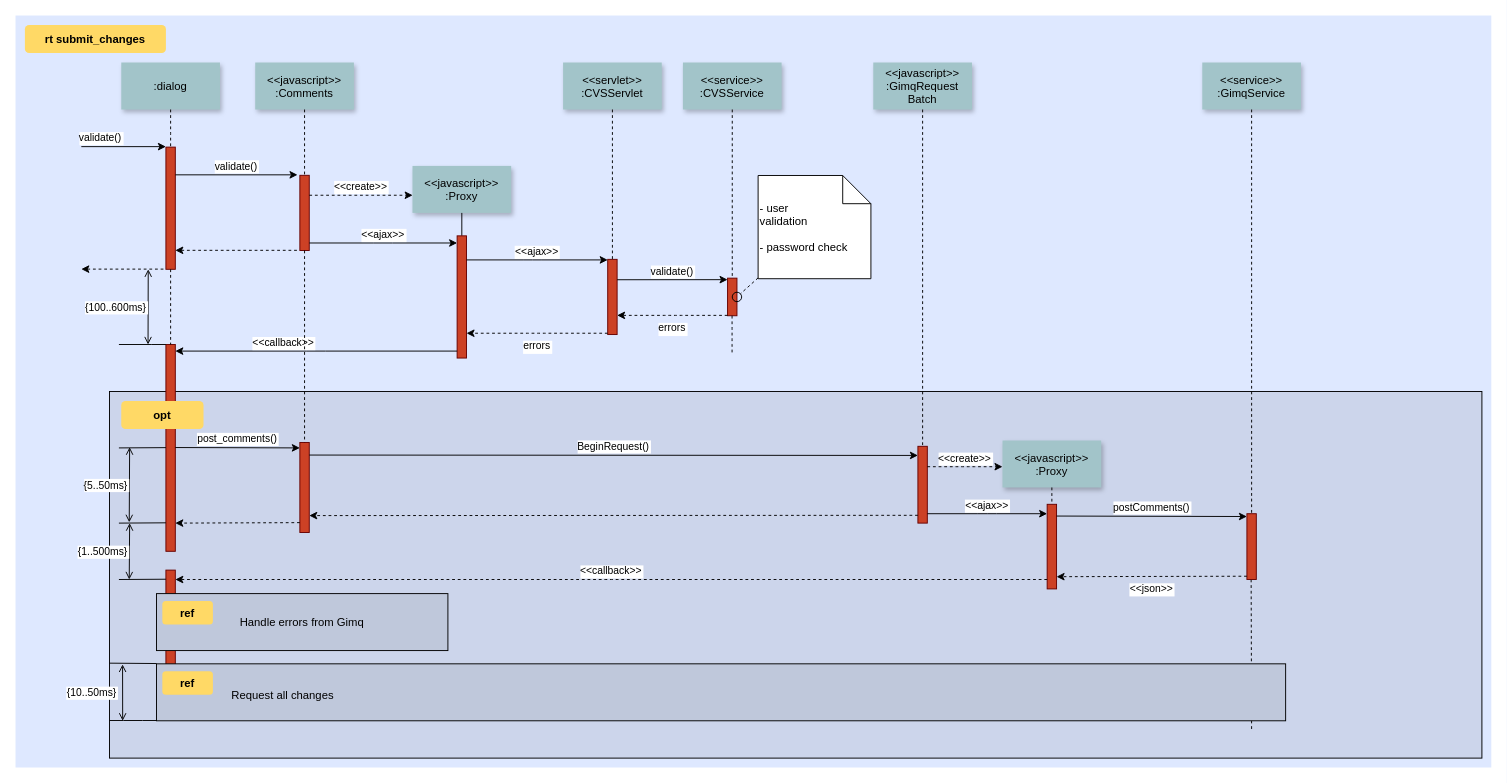
wuyuhang911/draw keeps this draw.io diagram as PTUer业务逻辑.drawio. Above is the earlier version. Source tidied: cells renumbered, new cells numbered last; positions are measured from the earlier drawing's top-left corner, leaving out a move shared by most shapes. Both pictures are drawn from the tidied source at 94%, with x=0, y=0 at pixel (15, 15).
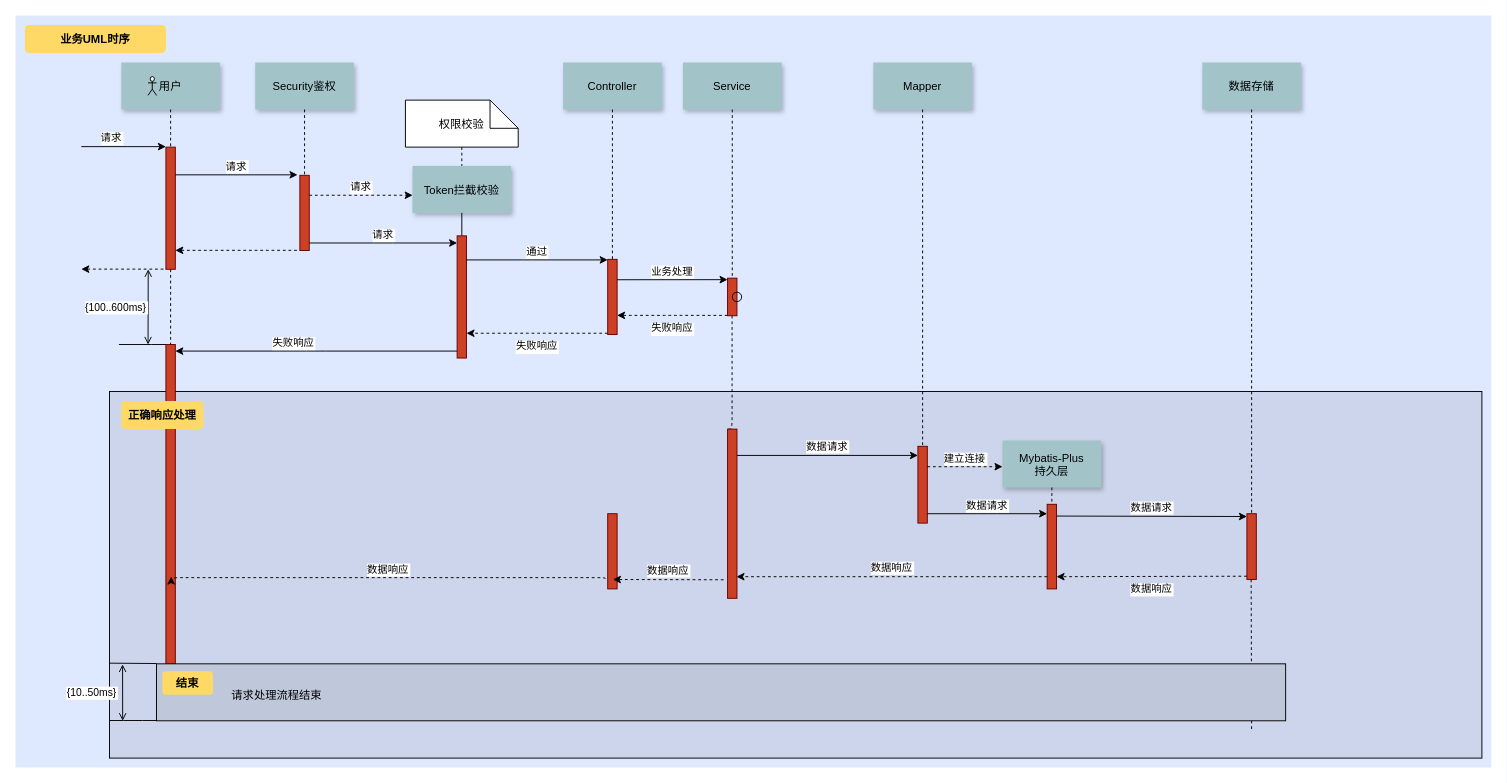
Above is the later version.

Commit message:
更新PTUer业务逻辑.drawio

The change refers to these unchanged cells:
```xml
<mxCell id="8" style="fillColor=#CC4125;strokeColor=#660000;" parent="1" vertex="1">
  <mxGeometry x="302.5" y="170" width="10" height="80" as="geometry" />
</mxCell>
<mxCell id="17" style="fillColor=#CC4125;strokeColor=#660000;" parent="1" vertex="1">
  <mxGeometry x="469.8" y="234.4" width="10" height="130" as="geometry" />
</mxCell>
<mxCell id="19" style="fillColor=#CC4125;strokeColor=#660000;" parent="1" vertex="1">
  <mxGeometry x="630" y="259.4" width="10" height="80" as="geometry" />
</mxCell>
<mxCell id="32" style="ellipse;fillColor=none;" parent="1" vertex="1">
  <mxGeometry x="762.5" y="294.4" width="10" height="10" as="geometry" />
</mxCell>
<mxCell id="41" style="fillColor=#CC4125;strokeColor=#660000;" parent="1" vertex="1">
  <mxGeometry x="960" y="458.3" width="10" height="81.7" as="geometry" />
</mxCell>
<mxCell id="49" style="fillColor=#CC4125;strokeColor=#660000;" parent="1" vertex="1">
  <mxGeometry x="1097.5" y="520" width="10" height="90" as="geometry" />
</mxCell>
```

Diff of the diagram source:
```diff
@@
-    <mxCell id="6" value="validate()" style="edgeStyle=none;verticalLabelPosition=top;verticalAlign=bottom;labelPosition=left;align=right;" parent="1" edge="1">
+    <mxCell id="6" value="请求" style="edgeStyle=none;verticalLabelPosition=top;verticalAlign=bottom;labelPosition=left;align=right;" parent="1" edge="1">
       <mxGeometry x="110" y="49.5" as="geometry">
         <mxPoint x="70" y="139.5" as="sourcePoint" />
         <mxPoint x="160" y="139.5" as="targetPoint" />
       </mxGeometry>
     </mxCell>
-    <mxCell id="7" value=":dialog" style="shadow=1;fillColor=#A2C4C9;strokeColor=none;" parent="1" vertex="1">
+    <mxCell id="7" value="用户" style="shadow=1;fillColor=#A2C4C9;strokeColor=none;" parent="1" vertex="1">
       <mxGeometry x="112.5" y="50" width="105" height="50" as="geometry" />
     </mxCell>
@@
-    <mxCell id="9" value="&lt;&lt;javascript&gt;&gt;&#10;:Comments" style="shadow=1;fillColor=#A2C4C9;strokeColor=none;" parent="1" vertex="1">
+    <mxCell id="9" value="Security鉴权" style="shadow=1;fillColor=#A2C4C9;strokeColor=none;" parent="1" vertex="1">
       <mxGeometry x="255" y="50" width="105" height="50" as="geometry" />
     </mxCell>
@@
-    <mxCell id="11" value="validate()" style="edgeStyle=none;verticalLabelPosition=top;verticalAlign=bottom;" parent="1" edge="1">
+    <mxCell id="11" value="请求" style="edgeStyle=none;verticalLabelPosition=top;verticalAlign=bottom;" parent="1" edge="1">
       <mxGeometry x="220" y="92" as="geometry">
         <mxPoint x="170" y="169.5" as="sourcePoint" />
         <mxPoint x="300" y="169.5" as="targetPoint" />
       </mxGeometry>
     </mxCell>
@@
-    <mxCell id="14" value="&lt;&lt;create&gt;&gt;" style="edgeStyle=none;verticalLabelPosition=top;verticalAlign=bottom;dashed=1;" parent="1" edge="1">
+    <mxCell id="14" value="请求" style="edgeStyle=none;verticalLabelPosition=top;verticalAlign=bottom;dashed=1;" parent="1" edge="1">
       <mxGeometry x="385.5" y="113.9" as="geometry">
         <mxPoint x="312.5" y="191.2" as="sourcePoint" />
         <mxPoint x="422.5" y="191.2" as="targetPoint" />
       </mxGeometry>
     </mxCell>
-    <mxCell id="15" value="&lt;&lt;javascript&gt;&gt;&#10;:Proxy" style="shadow=1;fillColor=#A2C4C9;strokeColor=none;" parent="1" vertex="1">
+    <mxCell id="15" value="Token拦截校验" style="shadow=1;fillColor=#A2C4C9;strokeColor=none;" parent="1" vertex="1">
       <mxGeometry x="422.3" y="160" width="105" height="50" as="geometry" />
     </mxCell>
@@
-    <mxCell id="18" value="&lt;&lt;ajax&gt;&gt;" style="edgeStyle=elbowEdgeStyle;elbow=vertical;verticalLabelPosition=top;verticalAlign=bottom;" parent="1" edge="1" source="8" target="17">
+    <mxCell id="18" value="请求" style="edgeStyle=elbowEdgeStyle;elbow=vertical;verticalLabelPosition=top;verticalAlign=bottom;" parent="1" edge="1" source="8" target="17">
       <mxGeometry x="350" y="290" as="geometry" />
     </mxCell>
@@
-    <mxCell id="20" value="&lt;&lt;servlet&gt;&gt;&#10;:CVSServlet" style="shadow=1;fillColor=#A2C4C9;strokeColor=none;" parent="1" vertex="1">
+    <mxCell id="20" value="Controller" style="shadow=1;fillColor=#A2C4C9;strokeColor=none;" parent="1" vertex="1">
       <mxGeometry x="582.5" y="50" width="105" height="50" as="geometry" />
     </mxCell>
@@
-    <mxCell id="22" value="&lt;&lt;service&gt;&gt;&#10;:CVSService" style="shadow=1;fillColor=#A2C4C9;strokeColor=none;" parent="1" vertex="1">
+    <mxCell id="22" value="Service" style="shadow=1;fillColor=#A2C4C9;strokeColor=none;" parent="1" vertex="1">
       <mxGeometry x="710" y="50" width="105" height="50" as="geometry" />
     </mxCell>
@@
-    <mxCell id="25" value="&lt;&lt;ajax&gt;&gt;" style="edgeStyle=elbowEdgeStyle;elbow=vertical;verticalLabelPosition=top;verticalAlign=bottom;" parent="1" edge="1" source="17" target="19">
+    <mxCell id="25" value="通过" style="edgeStyle=elbowEdgeStyle;elbow=vertical;verticalLabelPosition=top;verticalAlign=bottom;" parent="1" edge="1" source="17" target="19">
       <mxGeometry x="540" y="270" as="geometry">
         <Array as="points">
           <mxPoint x="550" y="260" />
         </Array>
       </mxGeometry>
     </mxCell>
-    <mxCell id="26" value="errors" style="edgeStyle=elbowEdgeStyle;elbow=vertical;dashed=1;verticalLabelPosition=bottom;verticalAlign=top;" parent="1" edge="1" source="19" target="17">
+    <mxCell id="26" value="失败响应" style="edgeStyle=elbowEdgeStyle;elbow=vertical;dashed=1;verticalLabelPosition=bottom;verticalAlign=top;" parent="1" edge="1" source="19" target="17">
       <mxGeometry x="550" y="280" as="geometry">
         <Array as="points">
           <mxPoint x="553" y="338" />
         </Array>
       </mxGeometry>
     </mxCell>
-    <mxCell id="27" value="&lt;&lt;javascript&gt;&gt;&#10;:GimqRequest&#10;Batch" style="shadow=1;fillColor=#A2C4C9;strokeColor=none;" parent="1" vertex="1">
+    <mxCell id="27" value="Mapper" style="shadow=1;fillColor=#A2C4C9;strokeColor=none;" parent="1" vertex="1">
       <mxGeometry x="912.5" y="50" width="105" height="50" as="geometry" />
     </mxCell>
@@
-    <mxCell id="29" value="validate()" style="edgeStyle=elbowEdgeStyle;elbow=vertical;verticalLabelPosition=top;verticalAlign=bottom;" parent="1" edge="1">
+    <mxCell id="29" value="业务处理" style="edgeStyle=elbowEdgeStyle;elbow=vertical;verticalLabelPosition=top;verticalAlign=bottom;" parent="1" edge="1">
       <mxGeometry x="550" y="261.7" as="geometry">
         <mxPoint x="640" y="281.1" as="sourcePoint" />
         <mxPoint x="757.5" y="281.1" as="targetPoint" />
       </mxGeometry>
     </mxCell>
-    <mxCell id="30" value="errors" style="edgeStyle=elbowEdgeStyle;elbow=vertical;dashed=1;verticalLabelPosition=bottom;verticalAlign=top;" parent="1" edge="1">
+    <mxCell id="30" value="失败响应" style="edgeStyle=elbowEdgeStyle;elbow=vertical;dashed=1;verticalLabelPosition=bottom;verticalAlign=top;" parent="1" edge="1">
       <mxGeometry x="560" y="309.7" as="geometry">
         <mxPoint x="757.5" y="319" as="sourcePoint" />
         <mxPoint x="640" y="319" as="targetPoint" />
       </mxGeometry>
     </mxCell>
-    <mxCell id="31" style="edgeStyle=elbowEdgeStyle;elbow=horizontal;endArrow=none;dashed=1;" parent="1" edge="1">
+    <mxCell id="31" style="edgeStyle=elbowEdgeStyle;elbow=horizontal;endArrow=none;dashed=1;entryX=0;entryY=0;entryDx=0;entryDy=0;" parent="1" edge="1" target="40">
       <mxGeometry x="932.3" y="240" as="geometry">
         <mxPoint x="762.3" y="319.4" as="sourcePoint" />
-        <mxPoint x="762.3" y="360" as="targetPoint" />
         <Array as="points">
           <mxPoint x="762.3" y="340" />
         </Array>
       </mxGeometry>
     </mxCell>
@@
-    <mxCell id="33" value=" - user&#10; validation&#10;&#10; - password check" style="shape=note;align=left;" parent="1" vertex="1">
-      <mxGeometry x="790" y="170.2" width="120" height="109.8" as="geometry" />
+    <mxCell id="33" value="权限校验" style="shape=note;align=center;" parent="1" vertex="1">
+      <mxGeometry x="414.8" y="90" width="120" height="50" as="geometry" />
     </mxCell>
-    <mxCell id="34" style="edgeStyle=none;endArrow=none;dashed=1;" parent="1" edge="1" source="33" target="32">
+    <mxCell id="34" style="edgeStyle=none;endArrow=none;dashed=1;" parent="1" edge="1" source="33" target="15">
       <mxGeometry x="1030" y="180" as="geometry" />
     </mxCell>
     <mxCell id="35" style="fillColor=#CC4125;strokeColor=#660000;" parent="1" vertex="1">
-      <mxGeometry x="160" y="350" width="10" height="220" as="geometry" />
+      <mxGeometry x="160" y="350" width="10" height="340" as="geometry" />
     </mxCell>
-    <mxCell id="36" value="             &lt;&lt;callback&gt;&gt;                                " style="edgeStyle=elbowEdgeStyle;elbow=vertical;dashed=0;verticalLabelPosition=top;verticalAlign=bottom;align=right;" parent="1" edge="1" source="17" target="35">
-      <mxGeometry x="190" y="329.8" as="geometry" />
+    <mxCell id="36" value="失败响应" style="edgeStyle=elbowEdgeStyle;elbow=vertical;dashed=0;verticalLabelPosition=top;verticalAlign=bottom;align=right;" parent="1" edge="1" source="17" target="35">
+      <mxGeometry as="geometry" />
     </mxCell>
@@
-    <mxCell id="40" style="fillColor=#CC4125;strokeColor=#660000;" parent="1" vertex="1">
-      <mxGeometry x="302.5" y="454.2" width="10" height="95.8" as="geometry" />
-    </mxCell>
@@
-    <mxCell id="43" value="post_comments()" style="edgeStyle=elbowEdgeStyle;elbow=vertical;verticalLabelPosition=top;verticalAlign=bottom;" parent="1" edge="1">
-      <mxGeometry x="212.5" y="469.6" as="geometry">
-        <mxPoint x="170" y="459.6" as="sourcePoint" />
-        <mxPoint x="302.5" y="459.6" as="targetPoint" />
-      </mxGeometry>
-    </mxCell>
-    <mxCell id="44" style="edgeStyle=none;endArrow=none;dashed=1;" parent="1" edge="1" source="8" target="40">
-      <mxGeometry x="376.6" y="339.7" as="geometry" />
-    </mxCell>
-    <mxCell id="45" value="BeginRequest()" style="edgeStyle=elbowEdgeStyle;elbow=vertical;verticalLabelPosition=top;verticalAlign=bottom;" parent="1" edge="1">
+    <mxCell id="45" value="数据请求" style="edgeStyle=elbowEdgeStyle;elbow=vertical;verticalLabelPosition=top;verticalAlign=bottom;" parent="1" edge="1" source="40">
       <mxGeometry x="530" y="436.8" as="geometry">
-        <mxPoint x="312.5" y="467.6" as="sourcePoint" />
         <mxPoint x="960" y="467.6" as="targetPoint" />
       </mxGeometry>
     </mxCell>
-    <mxCell id="46" style="edgeStyle=elbowEdgeStyle;elbow=vertical;dashed=1;verticalLabelPosition=bottom;verticalAlign=top;" parent="1" edge="1">
-      <mxGeometry x="530" y="549.1" as="geometry">
-        <mxPoint x="960" y="531.7" as="sourcePoint" />
-        <mxPoint x="312.5" y="531.7" as="targetPoint" />
-      </mxGeometry>
-    </mxCell>
-    <mxCell id="47" value="&lt;&lt;javascript&gt;&gt;&#10;:Proxy" style="shadow=1;fillColor=#A2C4C9;strokeColor=none;" parent="1" vertex="1">
+    <mxCell id="47" value="Mybatis-Plus&#10;持久层" style="shadow=1;fillColor=#A2C4C9;strokeColor=none;" parent="1" vertex="1">
       <mxGeometry x="1050" y="452.1" width="105" height="50" as="geometry" />
     </mxCell>
@@
-    <mxCell id="51" value="&lt;&lt;create&gt;&gt;" style="edgeStyle=elbowEdgeStyle;elbow=vertical;verticalLabelPosition=top;verticalAlign=bottom;dashed=1;" parent="1" edge="1" source="41" target="47">
-      <mxGeometry x="901.2" y="322.5" as="geometry" />
+    <mxCell id="51" value="建立连接" style="edgeStyle=elbowEdgeStyle;elbow=vertical;verticalLabelPosition=top;verticalAlign=bottom;dashed=1;" parent="1" edge="1" source="41" target="47">
+      <mxGeometry as="geometry" />
     </mxCell>
-    <mxCell id="52" value="&lt;&lt;ajax&gt;&gt;" style="edgeStyle=elbowEdgeStyle;elbow=vertical;verticalLabelPosition=top;verticalAlign=bottom;" parent="1" edge="1" source="41" target="49">
+    <mxCell id="52" value="数据请求" style="edgeStyle=elbowEdgeStyle;elbow=vertical;verticalLabelPosition=top;verticalAlign=bottom;" parent="1" edge="1" source="41" target="49">
       <mxGeometry x="1065" y="359.5" as="geometry" />
     </mxCell>
-    <mxCell id="53" value="postComments()" style="edgeStyle=elbowEdgeStyle;elbow=vertical;verticalLabelPosition=top;verticalAlign=bottom;" parent="1" edge="1">
+    <mxCell id="53" value="数据请求" style="edgeStyle=elbowEdgeStyle;elbow=vertical;verticalLabelPosition=top;verticalAlign=bottom;" parent="1" edge="1">
       <mxGeometry x="1225" y="309.5" as="geometry">
         <mxPoint x="1107.5" y="532.5" as="sourcePoint" />
         <mxPoint x="1310" y="532.5" as="targetPoint" />
       </mxGeometry>
     </mxCell>
-    <mxCell id="54" value="&lt;&lt;json&gt;&gt;" style="edgeStyle=elbowEdgeStyle;elbow=vertical;dashed=1;verticalLabelPosition=bottom;verticalAlign=top;" parent="1" edge="1">
+    <mxCell id="54" value="数据响应" style="edgeStyle=elbowEdgeStyle;elbow=vertical;dashed=1;verticalLabelPosition=bottom;verticalAlign=top;" parent="1" edge="1">
       <mxGeometry x="1075" y="396" as="geometry">
         <mxPoint x="1310" y="596.5" as="sourcePoint" />
         <mxPoint x="1107.5" y="596.5" as="targetPoint" />
       </mxGeometry>
     </mxCell>
-    <mxCell id="55" value="&lt;&lt;service&gt;&gt;&#10;:GimqService" style="shadow=1;fillColor=#A2C4C9;strokeColor=none;" parent="1" vertex="1">
+    <mxCell id="55" value="数据存储" style="shadow=1;fillColor=#A2C4C9;strokeColor=none;" parent="1" vertex="1">
       <mxGeometry x="1262.5" y="50" width="105" height="50" as="geometry" />
     </mxCell>
@@
-    <mxCell id="57" style="fillColor=#CC4125;strokeColor=#660000;" parent="1" vertex="1">
-      <mxGeometry x="160" y="590" width="10" height="130" as="geometry" />
-    </mxCell>
-    <mxCell id="58" style="edgeStyle=elbowEdgeStyle;elbow=vertical;dashed=1;verticalLabelPosition=bottom;verticalAlign=top;" parent="1" edge="1">
-      <mxGeometry x="507.5" y="664.3" as="geometry">
-        <mxPoint x="302.5" y="539.5" as="sourcePoint" />
-        <mxPoint x="170" y="539.5" as="targetPoint" />
-      </mxGeometry>
-    </mxCell>
-    <mxCell id="59" value="&lt;&lt;callback&gt;&gt;" style="edgeStyle=elbowEdgeStyle;elbow=vertical;dashed=1;verticalLabelPosition=bottom;verticalAlign=bottom;" parent="1" edge="1" source="49" target="57">
+    <mxCell id="59" value="数据响应" style="edgeStyle=elbowEdgeStyle;elbow=vertical;dashed=1;verticalLabelPosition=bottom;verticalAlign=bottom;entryX=0.95;entryY=0.871;entryDx=0;entryDy=0;entryPerimeter=0;" parent="1" edge="1" source="49" target="40">
       <mxGeometry x="540" y="559.1" as="geometry" />
     </mxCell>
-    <mxCell id="60" value="rt submit_changes" style="rounded=1;fontStyle=1;fillColor=#FFD966;strokeColor=none;" parent="1" vertex="1">
+    <mxCell id="60" value="业务UML时序" style="rounded=1;fontStyle=1;fillColor=#FFD966;strokeColor=none;" parent="1" vertex="1">
       <mxGeometry x="10" y="10" width="150" height="30" as="geometry" />
     </mxCell>
-    <mxCell id="61" value="opt" style="rounded=1;fontStyle=1;fillColor=#FFD966;strokeColor=none;" parent="1" vertex="1">
+    <mxCell id="61" value="正确响应处理" style="rounded=1;fontStyle=1;fillColor=#FFD966;strokeColor=none;" parent="1" vertex="1">
       <mxGeometry x="112.5" y="410" width="87.5" height="30" as="geometry" />
     </mxCell>
-    <mxCell id="62" value="Handle errors from Gimq" style="fillColor=#BFC8DB;" parent="1" vertex="1">
-      <mxGeometry x="150" y="615" width="310" height="60.6" as="geometry" />
-    </mxCell>
-    <mxCell id="63" value="ref" style="rounded=1;fontStyle=1;fillColor=#FFD966;strokeColor=none;" parent="1" vertex="1">
-      <mxGeometry x="156.2" y="622.9" width="53.8" height="25" as="geometry" />
-    </mxCell>
@@
-    <mxCell id="65" value="ref" style="rounded=1;fontStyle=1;fillColor=#FFD966;strokeColor=none;" parent="1" vertex="1">
+    <mxCell id="65" value="结束" style="rounded=1;fontStyle=1;fillColor=#FFD966;strokeColor=none;" parent="1" vertex="1">
       <mxGeometry x="156.2" y="697.6" width="53.8" height="25" as="geometry" />
     </mxCell>
-    <mxCell id="66" value="Request all changes" style="text;align=left;" parent="1" vertex="1">
+    <mxCell id="66" value="请求处理流程结束" style="text;align=left;" parent="1" vertex="1">
       <mxGeometry x="228.1" y="710.1" width="351.8" height="26" as="geometry" />
     </mxCell>
-    <mxCell id="67" style="edgeStyle=elbowEdgeStyle;elbow=vertical;endArrow=none;" parent="1" edge="1">
-      <mxGeometry x="60" y="419.7" as="geometry">
-        <mxPoint x="160" y="459.7" as="sourcePoint" />
-        <mxPoint x="110" y="459.7" as="targetPoint" />
-      </mxGeometry>
-    </mxCell>
-    <mxCell id="68" style="edgeStyle=elbowEdgeStyle;elbow=vertical;endArrow=none;" parent="1" edge="1">
-      <mxGeometry x="60" y="499.7" as="geometry">
-        <mxPoint x="160" y="539.7" as="sourcePoint" />
-        <mxPoint x="110" y="539.7" as="targetPoint" />
-      </mxGeometry>
-    </mxCell>
-    <mxCell id="69" style="edgeStyle=elbowEdgeStyle;elbow=vertical;endArrow=none;" parent="1" edge="1">
-      <mxGeometry x="60" y="559.7" as="geometry">
-        <mxPoint x="160" y="599.7" as="sourcePoint" />
-        <mxPoint x="110" y="599.7" as="targetPoint" />
-      </mxGeometry>
-    </mxCell>
@@
-    <mxCell id="72" value="{5..50ms}" style="edgeStyle=elbowEdgeStyle;elbow=horizontal;startArrow=open;endArrow=open;labelPosition=left;align=right;" parent="1" edge="1">
-      <mxGeometry x="41.4" y="479.2" as="geometry">
-        <mxPoint x="121.4" y="459.2" as="sourcePoint" />
-        <mxPoint x="121.4" y="539.2" as="targetPoint" />
-      </mxGeometry>
-    </mxCell>
-    <mxCell id="73" value="{1..500ms}" style="edgeStyle=elbowEdgeStyle;elbow=horizontal;startArrow=open;endArrow=open;labelPosition=left;align=right;" parent="1" edge="1">
-      <mxGeometry x="42.9" y="560" as="geometry">
-        <mxPoint x="121.4" y="540" as="sourcePoint" />
-        <mxPoint x="121.4" y="600" as="targetPoint" />
-      </mxGeometry>
-    </mxCell>
@@
+    <mxCell id="75" style="shape=umlActor;verticalLabelPosition=bottom;verticalAlign=top;html=1;" parent="1" vertex="1">
+      <mxGeometry x="141" y="65" width="9" height="20" as="geometry" />
+    </mxCell>
+    <mxCell id="40" style="fillColor=#CC4125;strokeColor=#660000;" parent="1" vertex="1">
+      <mxGeometry x="757.5" y="440" width="10" height="180" as="geometry" />
+    </mxCell>
+    <mxCell id="76" style="fillColor=#CC4125;strokeColor=#660000;" parent="1" vertex="1">
+      <mxGeometry x="630" y="530" width="10" height="80" as="geometry" />
+    </mxCell>
+    <mxCell id="77" value="数据响应" style="edgeStyle=elbowEdgeStyle;elbow=vertical;dashed=1;verticalLabelPosition=bottom;verticalAlign=bottom;entryX=0.557;entryY=0.87;entryDx=0;entryDy=0;entryPerimeter=0;" parent="1" edge="1" target="76">
+      <mxGeometry as="geometry">
+        <mxPoint x="753.3" y="600.3" as="sourcePoint" />
+      </mxGeometry>
+    </mxCell>
+    <mxCell id="78" value="数据响应" style="edgeStyle=elbowEdgeStyle;elbow=vertical;dashed=1;verticalLabelPosition=bottom;verticalAlign=bottom;entryX=0.557;entryY=0.726;entryDx=0;entryDy=0;entryPerimeter=0;" parent="1" edge="1" target="35">
+      <mxGeometry as="geometry">
+        <mxPoint x="627.3" y="599.3" as="sourcePoint" />
+      </mxGeometry>
+    </mxCell>
```
